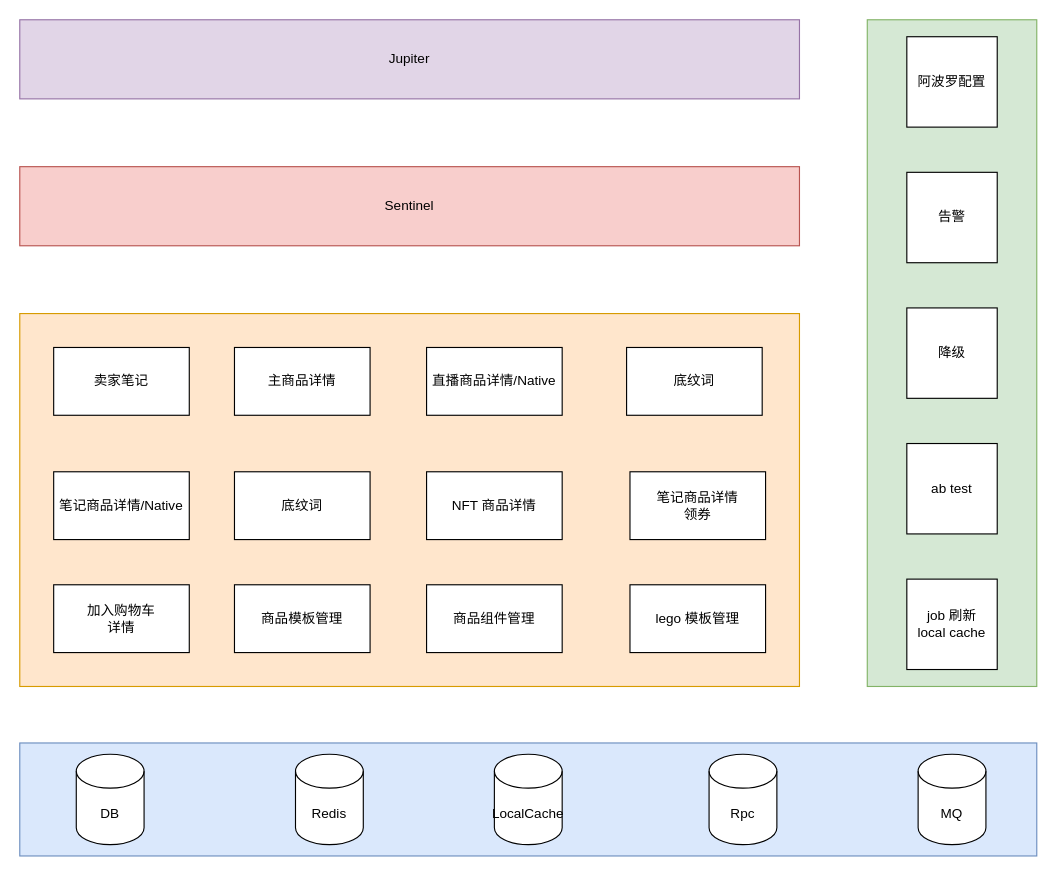
Iheidashuai/testfork keeps this draw.io diagram as 未命名绘图.drawio. Above is the earlier version. Source tidied: cells renumbered, new cells numbered last; positions are measured from the earlier drawing's top-left corner, leaving out a move shared by most shapes. Both pictures are drawn from the tidied source at 113%, with x=0, y=0 at pixel (19, 19).
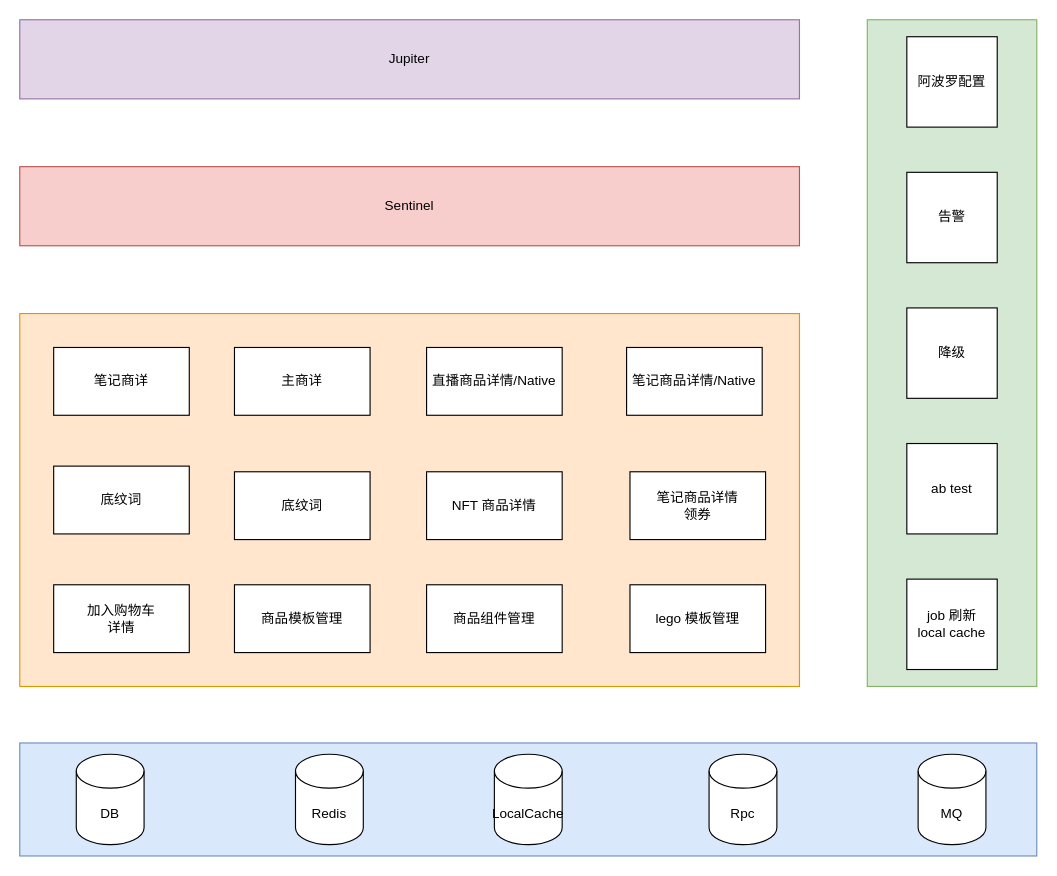
Above is the later version.

Commit message:
更新未命名绘图.drawio

Diff of the diagram source:
```diff
@@
-    <mxCell id="5" value="卖家笔记" style="rounded=0;whiteSpace=wrap;html=1;" parent="1" vertex="1">
+    <mxCell id="5" value="笔记商详" style="rounded=0;whiteSpace=wrap;html=1;" parent="1" vertex="1">
       <mxGeometry x="30" y="290" width="120" height="60" as="geometry" />
     </mxCell>
-    <mxCell id="6" value="主商品详情" style="rounded=0;whiteSpace=wrap;html=1;" parent="1" vertex="1">
+    <mxCell id="6" value="主商详" style="rounded=0;whiteSpace=wrap;html=1;" parent="1" vertex="1">
       <mxGeometry x="190" y="290" width="120" height="60" as="geometry" />
     </mxCell>
@@
     <mxCell id="8" value="笔记商品详情/Native" style="rounded=0;whiteSpace=wrap;html=1;" parent="1" vertex="1">
-      <mxGeometry x="30" y="400" width="120" height="60" as="geometry" />
+      <mxGeometry x="537" y="290" width="120" height="60" as="geometry" />
     </mxCell>
@@
     <mxCell id="10" value="底纹词" style="rounded=0;whiteSpace=wrap;html=1;" parent="1" vertex="1">
-      <mxGeometry x="537" y="290" width="120" height="60" as="geometry" />
+      <mxGeometry x="30" y="395" width="120" height="60" as="geometry" />
     </mxCell>
```
